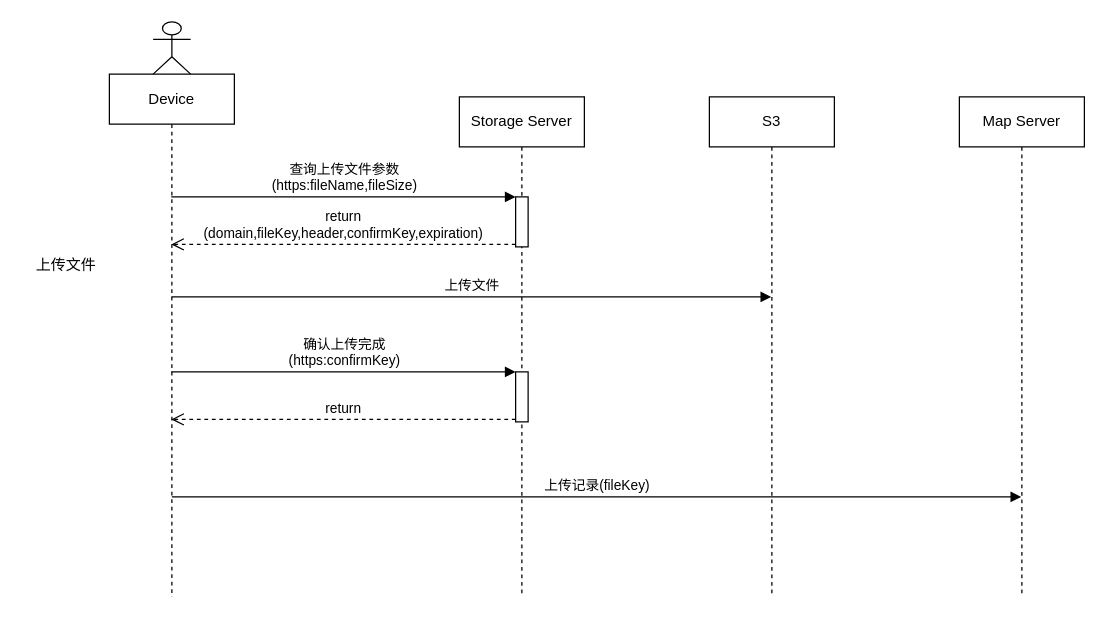
Before: S3.drawio in Jeff-Junfang/PNG, a draw.io diagram. Source tidied: cells renumbered, new cells numbered last; positions are measured from the earlier drawing's top-left corner, leaving out a move shared by most shapes. Both pictures are drawn from the tidied source at 125%, with x=0, y=0 at pixel (21, 21).
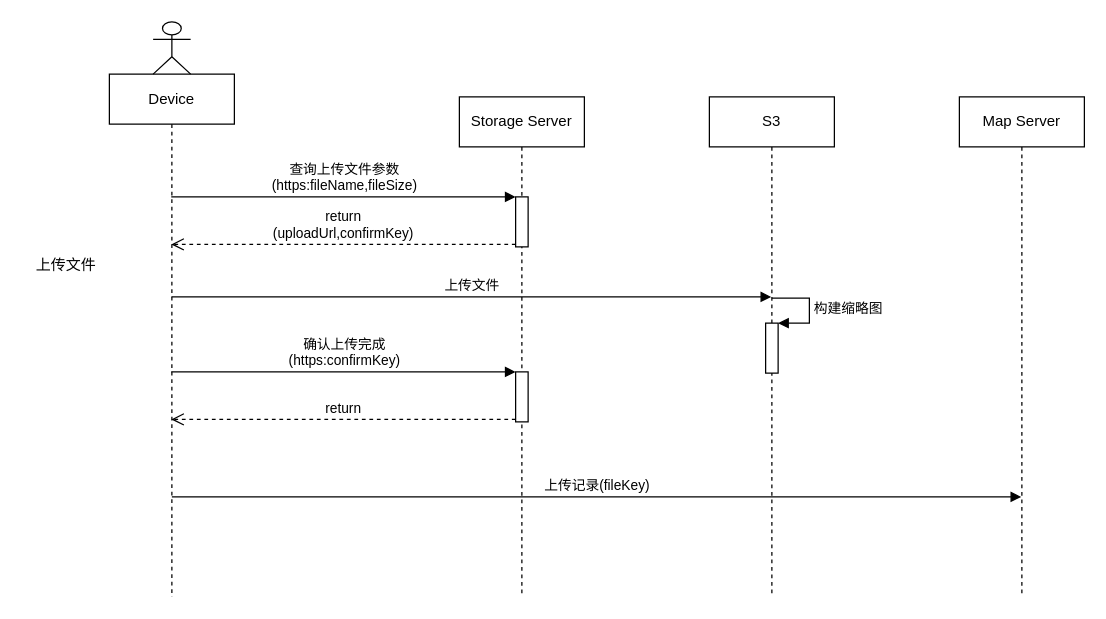
The same page after the edit.

The change refers to these unchanged cells:
```xml
<mxCell id="3" style="html=1;points=[];perimeter=orthogonalPerimeter;" parent="2" vertex="1">
  <mxGeometry x="45" y="80" width="10" height="40" as="geometry" />
</mxCell>
<mxCell id="10" value="Device" style="shape=umlLifeline;perimeter=lifelinePerimeter;whiteSpace=wrap;html=1;outlineConnect=0;" parent="9" vertex="1">
  <mxGeometry y="41.8" width="100" height="418.2" as="geometry" />
</mxCell>
```

Diff of the diagram source:
```diff
@@
-    <mxCell id="7" value="return&lt;br&gt;(domain,fileKey,header,confirmKey,expiration)" style="html=1;verticalAlign=bottom;endArrow=open;dashed=1;endSize=8;exitX=0;exitY=0.95;rounded=0;" parent="1" edge="1" source="3" target="10">
+    <mxCell id="7" value="return&lt;br&gt;(uploadUrl,confirmKey)" style="html=1;verticalAlign=bottom;endArrow=open;dashed=1;endSize=8;exitX=0;exitY=0.95;rounded=0;" parent="1" edge="1" source="3" target="10">
       <mxGeometry relative="1" as="geometry" />
     </mxCell>
@@
+    <mxCell id="17" style="html=1;points=[];perimeter=orthogonalPerimeter;" parent="1" vertex="1">
+      <mxGeometry x="595" y="241" width="10" height="40" as="geometry" />
+    </mxCell>
+    <mxCell id="18" value="构建缩略图" style="edgeStyle=orthogonalEdgeStyle;html=1;align=left;spacingLeft=2;endArrow=block;rounded=0;entryX=1;entryY=0;" parent="1" edge="1" target="17">
+      <mxGeometry relative="1" as="geometry">
+        <mxPoint x="600" y="221" as="sourcePoint" />
+        <Array as="points">
+          <mxPoint x="630" y="221" />
+        </Array>
+      </mxGeometry>
+    </mxCell>
```
